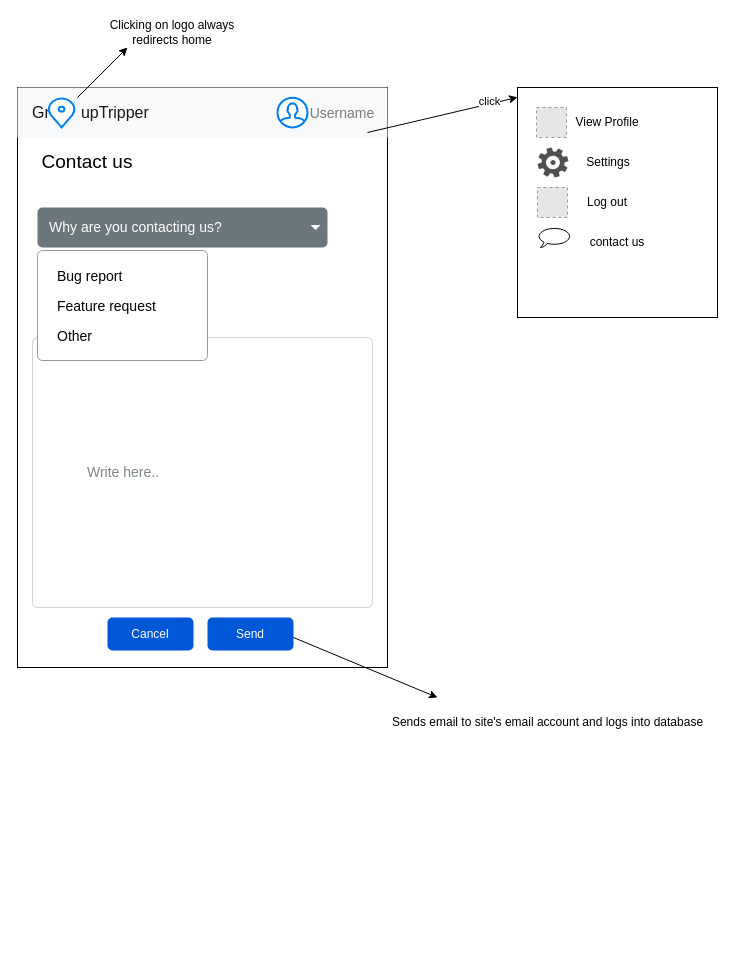
Before: diagrams/UI prototypes/contact_us.drawio in SusyVenta/UniFinalProject, a draw.io diagram. Source tidied: cells renumbered, new cells numbered last; positions are measured from the earlier drawing's top-left corner, leaving out a move shared by most shapes. Both pictures are drawn from the tidied source at 100%, with x=0, y=0 at pixel (17, 17). Pictures stored in the file or linked from it are replaced by grey dashed boxes.
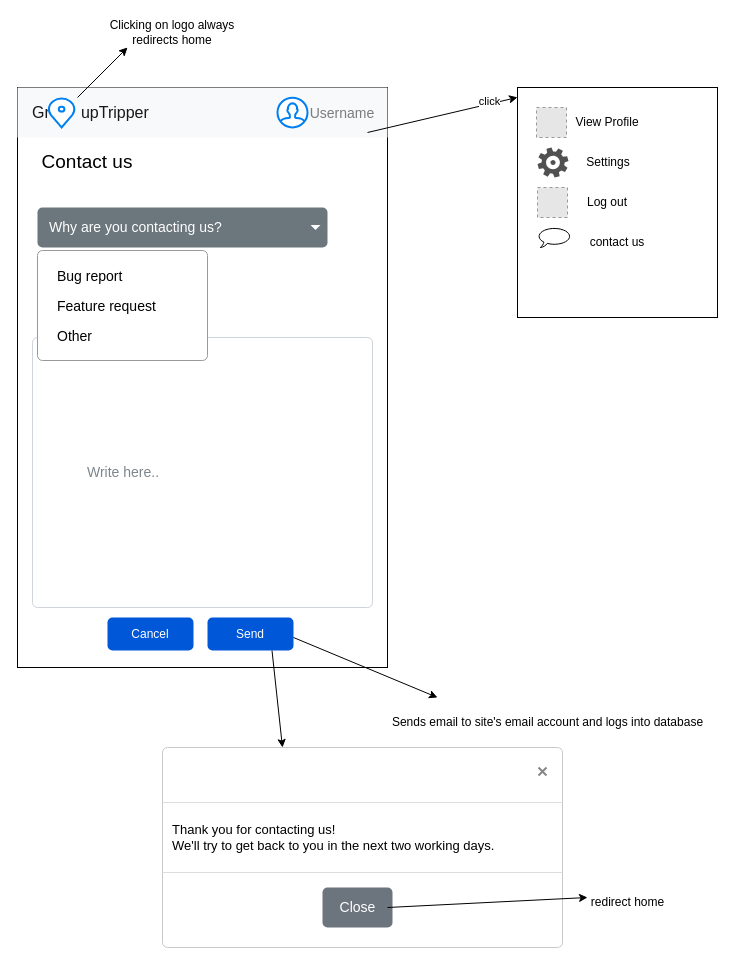
Above is the later version.

Unchanged cells that the change refers to:
```xml
<mxCell id="25" value="Send" style="rounded=1;fillColor=#0057D8;strokeColor=none;html=1;whiteSpace=wrap;fontColor=#ffffff;align=center;verticalAlign=middle;fontStyle=0;fontSize=12;sketch=0;" parent="1" vertex="1">
  <mxGeometry x="190" y="600" width="86" height="33" as="geometry" />
</mxCell>
```

Change to the diagram source:
```diff
@@
+    <mxCell id="35" style="html=1;shadow=0;dashed=0;shape=mxgraph.bootstrap.rrect;rSize=5;html=1;strokeColor=#C8C8C8;fillColor=#ffffff;whiteSpace=wrap;verticalAlign=top;align=left;fontSize=18;spacing=15;spacingTop=-5;" parent="1" vertex="1">
+      <mxGeometry x="145" y="730" width="400" height="200" as="geometry" />
+    </mxCell>
+    <mxCell id="36" style="shape=line;strokeColor=#dddddd;" parent="35" vertex="1">
+      <mxGeometry width="400" height="10" relative="1" as="geometry">
+        <mxPoint y="50" as="offset" />
+      </mxGeometry>
+    </mxCell>
+    <mxCell id="37" style="html=1;shadow=0;dashed=0;shape=mxgraph.bootstrap.x;strokeColor=#868686;strokeWidth=2;" parent="35" vertex="1">
+      <mxGeometry x="1" width="8" height="8" relative="1" as="geometry">
+        <mxPoint x="-24" y="20" as="offset" />
+      </mxGeometry>
+    </mxCell>
+    <mxCell id="38" value="Thank you for contacting us! &#10;We'll try to get back to you in the next two working days." style="strokeColor=none;fillColor=none;align=left;verticalAlign=top;spacing=10;fontSize=13;" parent="35" vertex="1">
+      <mxGeometry width="400" height="60" relative="1" as="geometry">
+        <mxPoint y="60" as="offset" />
+      </mxGeometry>
+    </mxCell>
+    <mxCell id="39" style="shape=line;strokeColor=#dddddd;" parent="35" vertex="1">
+      <mxGeometry width="400" height="10" relative="1" as="geometry">
+        <mxPoint y="120" as="offset" />
+      </mxGeometry>
+    </mxCell>
+    <mxCell id="40" value="Close" style="html=1;shadow=0;dashed=0;shape=mxgraph.bootstrap.rrect;rSize=5;fillColor=#6C757D;strokeColor=none;fontColor=#FFFFFF;fontSize=14;" parent="35" vertex="1">
+      <mxGeometry x="1" y="1" width="70" height="40" relative="1" as="geometry">
+        <mxPoint x="-240" y="-60" as="offset" />
+      </mxGeometry>
+    </mxCell>
+    <mxCell id="41" style="endArrow=classic;html=1;rounded=0;" parent="35" edge="1">
+      <mxGeometry relative="1" as="geometry">
+        <mxPoint x="225" y="160" as="sourcePoint" />
+        <mxPoint x="425" y="150" as="targetPoint" />
+      </mxGeometry>
+    </mxCell>
+    <mxCell id="42" style="endArrow=classic;html=1;rounded=0;entryX=0.3;entryY=0;entryDx=0;entryDy=0;entryPerimeter=0;exitX=0.75;exitY=1;exitDx=0;exitDy=0;" parent="1" edge="1" source="25" target="35">
+      <mxGeometry relative="1" as="geometry" />
+    </mxCell>
+    <mxCell id="43" value="redirect home" style="text;html=1;align=center;verticalAlign=middle;strokeColor=none;fillColor=none;" parent="1" vertex="1">
+      <mxGeometry x="560" y="870" width="100" height="30" as="geometry" />
+    </mxCell>
```
